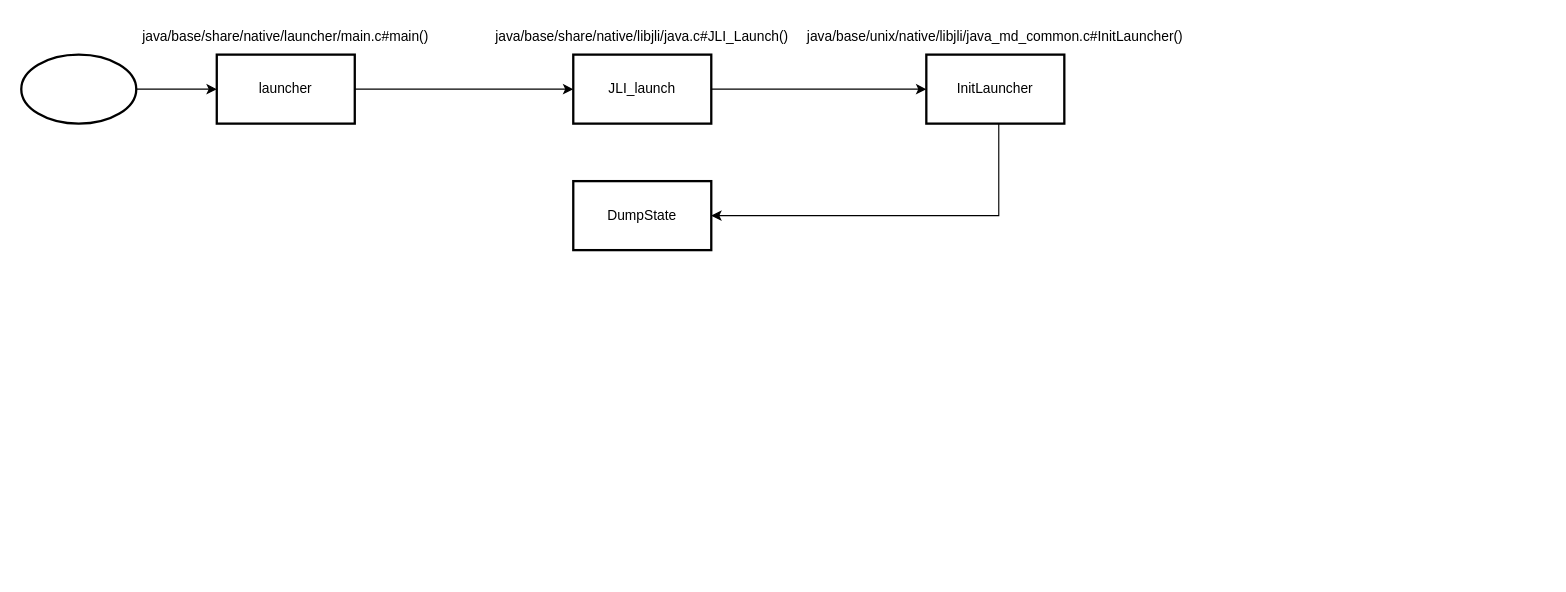
Xianhuii/draw keeps this draw.io diagram as java-se/jvm.drawio. Above is the earlier version. Source tidied: cells renumbered, new cells numbered last; positions are measured from the earlier drawing's top-left corner, leaving out a move shared by most shapes. Both pictures are drawn from the tidied source at 115%, with x=0, y=0 at pixel (21, 20).
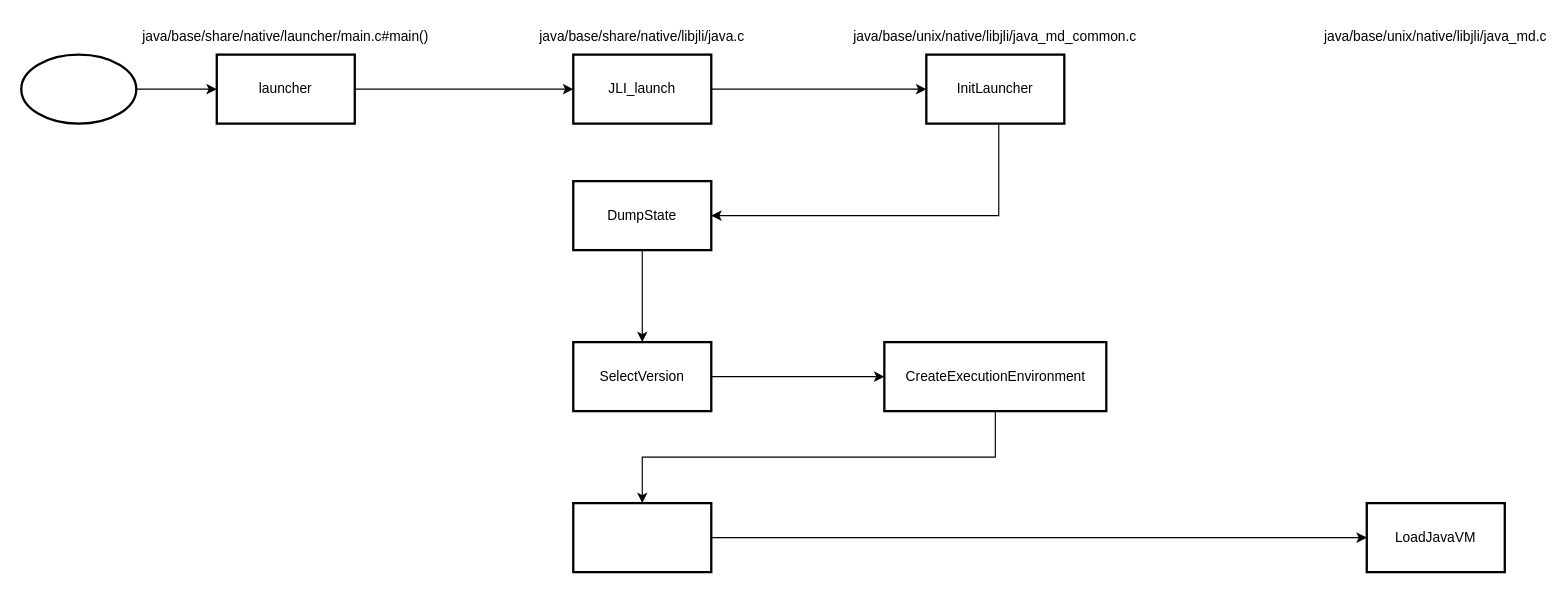
Above is the later version.

The change refers to these unchanged cells:
```xml
<mxCell id="13" value="DumpState" style="whiteSpace=wrap;html=1;strokeWidth=2;" parent="1" vertex="1">
  <mxGeometry x="480" y="140" width="120" height="60" as="geometry" />
</mxCell>
```

What changed in the source:
```diff
@@
-    <mxCell id="9" value="java/base/share/native/libjli/java.c#JLI_Launch()" style="text;html=1;align=center;verticalAlign=middle;whiteSpace=wrap;rounded=0;" parent="1" vertex="1">
+    <mxCell id="9" value="java/base/share/native/libjli/java.c" style="text;html=1;align=center;verticalAlign=middle;whiteSpace=wrap;rounded=0;" parent="1" vertex="1">
       <mxGeometry x="510" width="60" height="30" as="geometry" />
     </mxCell>
@@
-    <mxCell id="12" value="java/base/unix/native/libjli/java_md_common.c#InitLauncher()" style="text;html=1;align=center;verticalAlign=middle;whiteSpace=wrap;rounded=0;" parent="1" vertex="1">
+    <mxCell id="12" value="java/base/unix/native/libjli/java_md_common.c" style="text;html=1;align=center;verticalAlign=middle;whiteSpace=wrap;rounded=0;" parent="1" vertex="1">
       <mxGeometry x="817" width="60" height="30" as="geometry" />
     </mxCell>
+    <mxCell id="14" style="edgeStyle=orthogonalEdgeStyle;rounded=0;jettySize=auto;html=1;" parent="1" edge="1" source="13" target="16">
+      <mxGeometry relative="1" as="geometry" />
+    </mxCell>
@@
+    <mxCell id="15" style="edgeStyle=orthogonalEdgeStyle;rounded=0;jettySize=auto;html=1;" parent="1" edge="1" source="16" target="18">
+      <mxGeometry relative="1" as="geometry" />
+    </mxCell>
+    <mxCell id="16" value="SelectVersion" style="whiteSpace=wrap;html=1;strokeWidth=2;" parent="1" vertex="1">
+      <mxGeometry x="480" y="280" width="120" height="60" as="geometry" />
+    </mxCell>
+    <mxCell id="17" style="edgeStyle=orthogonalEdgeStyle;rounded=0;jettySize=auto;html=1;entryX=0.5;entryY=0;entryDx=0;entryDy=0;" parent="1" edge="1" source="18" target="20">
+      <mxGeometry relative="1" as="geometry">
+        <Array as="points">
+          <mxPoint x="847" y="380" />
+          <mxPoint x="540" y="380" />
+        </Array>
+      </mxGeometry>
+    </mxCell>
+    <mxCell id="18" value="CreateExecutionEnvironment" style="whiteSpace=wrap;html=1;strokeWidth=2;" parent="1" vertex="1">
+      <mxGeometry x="750.5" y="280" width="193" height="60" as="geometry" />
+    </mxCell>
+    <mxCell id="19" style="edgeStyle=orthogonalEdgeStyle;rounded=0;jettySize=auto;html=1;" parent="1" edge="1" source="20" target="21">
+      <mxGeometry relative="1" as="geometry" />
+    </mxCell>
+    <mxCell id="20" style="whiteSpace=wrap;html=1;strokeWidth=2;" parent="1" vertex="1">
+      <mxGeometry x="480" y="420" width="120" height="60" as="geometry" />
+    </mxCell>
+    <mxCell id="21" value="LoadJavaVM" style="whiteSpace=wrap;html=1;strokeWidth=2;" parent="1" vertex="1">
+      <mxGeometry x="1170" y="420" width="120" height="60" as="geometry" />
+    </mxCell>
+    <mxCell id="22" value="java/base/unix/native/libjli/java_md.c" style="text;html=1;align=center;verticalAlign=middle;whiteSpace=wrap;rounded=0;" parent="1" vertex="1">
+      <mxGeometry x="1200" width="60" height="30" as="geometry" />
+    </mxCell>
```
